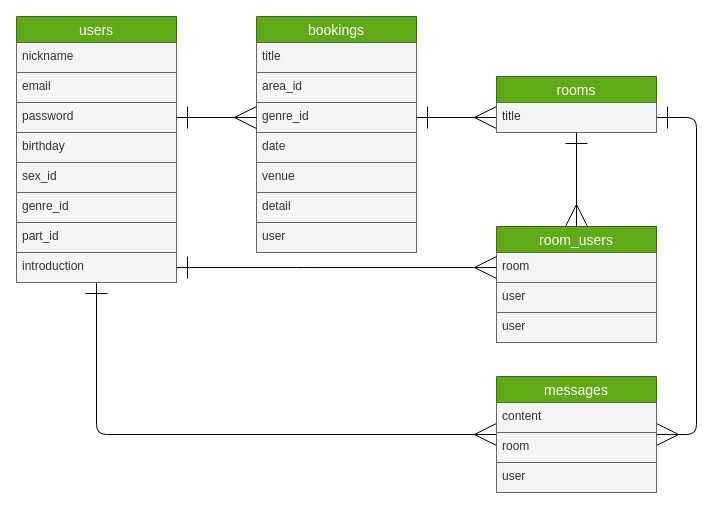
Above: database.dio in yuki-0202/bandbond (draw.io), before the change. Source tidied: cells renumbered, new cells numbered last; positions are measured from the earlier drawing's top-left corner, leaving out a move shared by most shapes. Both pictures are drawn from the tidied source at 100%, with x=0, y=0 at pixel (16, 16).
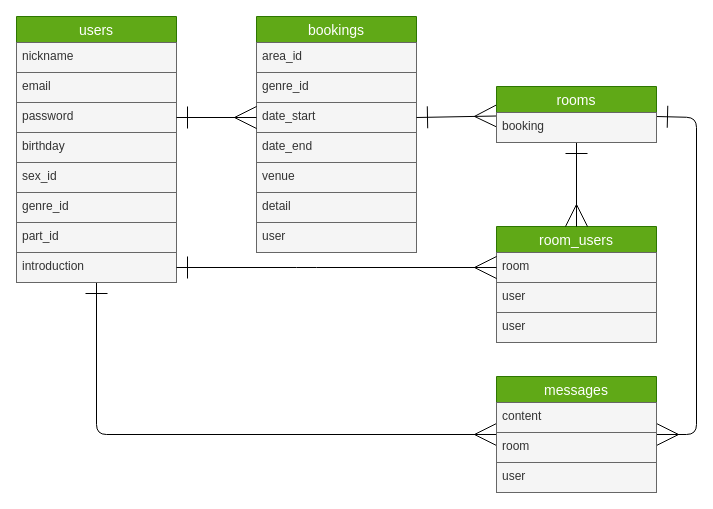
The same page after the edit.

Commit message (it also covers changes not shown here):
ER図、READMEの修正

The change refers to these unchanged cells:
```xml
<mxCell id="6" value="password" style="text;strokeColor=#666666;fillColor=#f5f5f5;spacingLeft=4;spacingRight=4;overflow=hidden;points=[[0,0.5],[1,0.5]];portConstraint=eastwest;fontSize=12;fontColor=#333333;" parent="3" vertex="1">
  <mxGeometry y="86" width="160" height="30" as="geometry" />
</mxCell>
<mxCell id="12" value="bookings" style="swimlane;fontStyle=0;horizontal=1;startSize=26;align=center;fontSize=14;fillColor=#60a917;fontColor=#ffffff;strokeColor=#2D7600;" parent="1" vertex="1">
  <mxGeometry x="240" width="160" height="236" as="geometry" />
</mxCell>
<mxCell id="22" value="messages" style="swimlane;fontStyle=0;horizontal=1;startSize=26;align=center;fontSize=14;fillColor=#60a917;fontColor=#ffffff;strokeColor=#2D7600;" parent="1" vertex="1">
  <mxGeometry x="480" y="360" width="160" height="116" as="geometry" />
</mxCell>
```

Diff of the diagram source:
```diff
@@
-    <mxCell id="13" value="title" style="text;strokeColor=#666666;fillColor=#f5f5f5;spacingLeft=4;spacingRight=4;overflow=hidden;fontSize=12;fontColor=#333333;" parent="12" vertex="1">
-      <mxGeometry y="26" width="160" height="30" as="geometry" />
-    </mxCell>
     <mxCell id="14" value="area_id" style="text;strokeColor=#666666;fillColor=#f5f5f5;spacingLeft=4;spacingRight=4;overflow=hidden;fontSize=12;fontColor=#333333;" parent="12" vertex="1">
-      <mxGeometry y="56" width="160" height="30" as="geometry" />
+      <mxGeometry y="26" width="160" height="30" as="geometry" />
     </mxCell>
     <mxCell id="15" value="genre_id" style="text;strokeColor=#666666;fillColor=#f5f5f5;spacingLeft=4;spacingRight=4;overflow=hidden;points=[[0,0.5],[1,0.5]];portConstraint=eastwest;fontSize=12;fontColor=#333333;" parent="12" vertex="1">
-      <mxGeometry y="86" width="160" height="30" as="geometry" />
+      <mxGeometry y="56" width="160" height="30" as="geometry" />
     </mxCell>
-    <mxCell id="16" value="date" style="text;strokeColor=#666666;fillColor=#f5f5f5;spacingLeft=4;spacingRight=4;overflow=hidden;points=[[0,0.5],[1,0.5]];portConstraint=eastwest;fontSize=12;fontColor=#333333;" parent="12" vertex="1">
-      <mxGeometry y="116" width="160" height="30" as="geometry" />
+    <mxCell id="16" value="date_start" style="text;strokeColor=#666666;fillColor=#f5f5f5;spacingLeft=4;spacingRight=4;overflow=hidden;points=[[0,0.5],[1,0.5]];portConstraint=eastwest;fontSize=12;fontColor=#333333;" parent="12" vertex="1">
+      <mxGeometry y="86" width="160" height="30" as="geometry" />
     </mxCell>
+    <mxCell id="35" value="date_end" style="text;strokeColor=#666666;fillColor=#f5f5f5;spacingLeft=4;spacingRight=4;overflow=hidden;fontSize=12;fontColor=#333333;" parent="12" vertex="1">
+      <mxGeometry y="116" width="160" height="30" as="geometry" />
+    </mxCell>
@@
-    <mxCell id="20" style="edgeStyle=none;html=1;entryX=1;entryY=0.5;entryDx=0;entryDy=0;startArrow=ERmany;startFill=0;endArrow=ERone;endFill=0;startSize=20;endSize=20;strokeWidth=1;exitX=0;exitY=0.5;exitDx=0;exitDy=0;" parent="1" edge="1" source="34" target="15">
-      <mxGeometry relative="1" as="geometry" />
+    <mxCell id="20" style="edgeStyle=none;html=1;startArrow=ERmany;startFill=0;endArrow=ERone;endFill=0;startSize=20;endSize=20;strokeWidth=1;" parent="1" edge="1" source="33">
+      <mxGeometry relative="1" as="geometry">
+        <mxPoint x="400" y="101" as="targetPoint" />
+      </mxGeometry>
     </mxCell>
-    <mxCell id="21" style="edgeStyle=none;html=1;exitX=1;exitY=0.5;exitDx=0;exitDy=0;entryX=1;entryY=0.5;entryDx=0;entryDy=0;startArrow=ERmany;startFill=0;endArrow=ERone;endFill=0;startSize=20;endSize=20;strokeWidth=1;" parent="1" edge="1" source="22" target="34">
+    <mxCell id="21" style="edgeStyle=none;html=1;exitX=1;exitY=0.5;exitDx=0;exitDy=0;startArrow=ERmany;startFill=0;endArrow=ERone;endFill=0;startSize=20;endSize=20;strokeWidth=1;" parent="1" edge="1" source="22" target="33">
       <mxGeometry relative="1" as="geometry">
         <Array as="points">
           <mxPoint x="680" y="418" />
           <mxPoint x="680" y="101" />
         </Array>
       </mxGeometry>
     </mxCell>
@@
-    <mxCell id="30" style="edgeStyle=none;html=1;exitX=1;exitY=0.5;exitDx=0;exitDy=0;endArrow=ERmany;endFill=0;startArrow=ERone;startFill=0;strokeWidth=1;endSize=20;startSize=20;entryX=0;entryY=0.5;entryDx=0;entryDy=0;" parent="1" edge="1" source="6" target="15">
+    <mxCell id="30" style="edgeStyle=none;html=1;exitX=1;exitY=0.5;exitDx=0;exitDy=0;endArrow=ERmany;endFill=0;startArrow=ERone;startFill=0;strokeWidth=1;endSize=20;startSize=20;entryX=0;entryY=0.5;entryDx=0;entryDy=0;" parent="1" edge="1" source="6" target="16">
       <mxGeometry relative="1" as="geometry" />
     </mxCell>
@@
     <mxCell id="33" value="rooms" style="swimlane;fontStyle=0;horizontal=1;startSize=26;align=center;fontSize=14;fillColor=#60a917;fontColor=#ffffff;strokeColor=#2D7600;" parent="1" vertex="1">
-      <mxGeometry x="480" y="60" width="160" height="56" as="geometry" />
+      <mxGeometry x="480" y="70" width="160" height="56" as="geometry" />
     </mxCell>
-    <mxCell id="34" value="title" style="text;strokeColor=#666666;fillColor=#f5f5f5;spacingLeft=4;spacingRight=4;overflow=hidden;points=[[0,0.5],[1,0.5]];portConstraint=eastwest;fontSize=12;fontColor=#333333;" parent="33" vertex="1">
+    <mxCell id="34" value="booking" style="text;strokeColor=#666666;fillColor=#f5f5f5;spacingLeft=4;spacingRight=4;overflow=hidden;points=[[0,0.5],[1,0.5]];portConstraint=eastwest;fontSize=12;fontColor=#333333;" parent="33" vertex="1">
       <mxGeometry y="26" width="160" height="30" as="geometry" />
     </mxCell>
```
